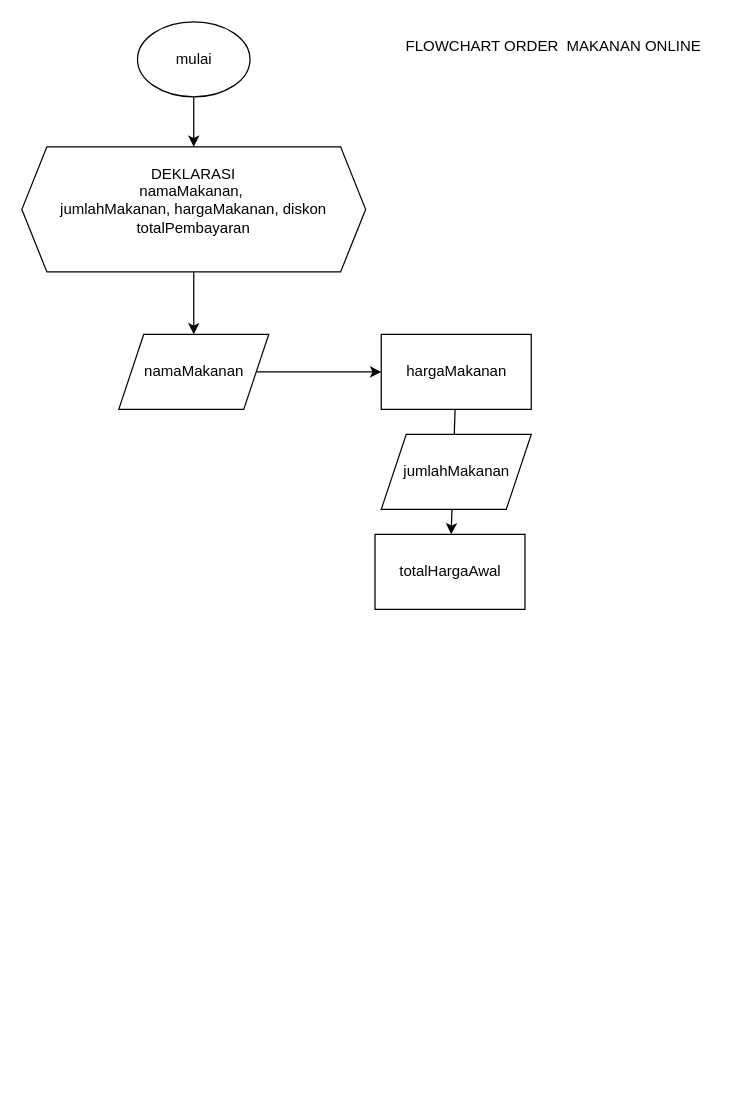
Above: flowchart.drawio in juansebastianumpele/juan_umpele-order_makanan_online_app (draw.io), before the change. Source tidied: cells renumbered, new cells numbered last; positions are measured from the earlier drawing's top-left corner, leaving out a move shared by most shapes. Both pictures are drawn from the tidied source at 125%, with x=0, y=0 at pixel (21, 21).
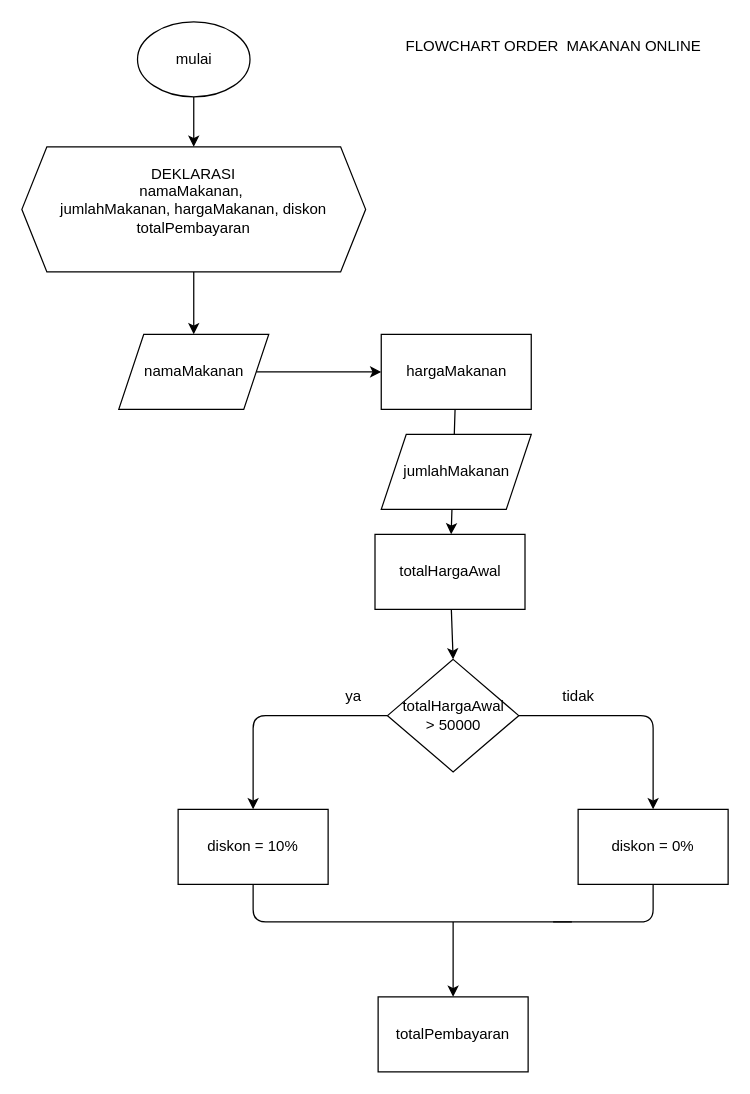
The same diagram, later.

Commit message:
add condition totalHarga to diskon

Unchanged cells that the change refers to:
```xml
<mxCell id="12" value="&lt;span&gt;totalHargaAwal&lt;/span&gt;" style="rounded=0;whiteSpace=wrap;html=1;" parent="1" vertex="1">
  <mxGeometry x="282.5" y="410" width="120" height="60" as="geometry" />
</mxCell>
```

Change to the diagram source:
```diff
@@
+    <mxCell id="13" style="edgeStyle=none;html=1;entryX=0.5;entryY=0;entryDx=0;entryDy=0;" parent="1" edge="1" source="12" target="15">
+      <mxGeometry relative="1" as="geometry" />
+    </mxCell>
@@
+    <mxCell id="14" style="edgeStyle=none;html=1;entryX=0.5;entryY=0;entryDx=0;entryDy=0;" parent="1" edge="1" source="15" target="17">
+      <mxGeometry relative="1" as="geometry">
+        <Array as="points">
+          <mxPoint x="185" y="555" />
+        </Array>
+      </mxGeometry>
+    </mxCell>
+    <mxCell id="15" value="totalHargaAwal&lt;br&gt;&amp;gt; 50000" style="rhombus;whiteSpace=wrap;html=1;" parent="1" vertex="1">
+      <mxGeometry x="292.5" y="510" width="105" height="90" as="geometry" />
+    </mxCell>
+    <mxCell id="16" style="edgeStyle=none;html=1;endArrow=none;endFill=0;" parent="1" edge="1" source="17">
+      <mxGeometry relative="1" as="geometry">
+        <mxPoint x="440" y="720" as="targetPoint" />
+        <Array as="points">
+          <mxPoint x="185" y="720" />
+        </Array>
+      </mxGeometry>
+    </mxCell>
+    <mxCell id="17" value="diskon = 10%" style="rounded=0;whiteSpace=wrap;html=1;" parent="1" vertex="1">
+      <mxGeometry x="125" y="630" width="120" height="60" as="geometry" />
+    </mxCell>
+    <mxCell id="18" style="edgeStyle=none;html=1;entryX=0.5;entryY=0;entryDx=0;entryDy=0;startArrow=none;startFill=0;endArrow=classic;endFill=1;exitX=1;exitY=0.5;exitDx=0;exitDy=0;" parent="1" edge="1" source="15" target="20">
+      <mxGeometry relative="1" as="geometry">
+        <Array as="points">
+          <mxPoint x="505" y="555" />
+        </Array>
+      </mxGeometry>
+    </mxCell>
+    <mxCell id="19" style="edgeStyle=none;html=1;endArrow=none;endFill=0;" parent="1" edge="1" source="20">
+      <mxGeometry relative="1" as="geometry">
+        <mxPoint x="425" y="720" as="targetPoint" />
+        <Array as="points">
+          <mxPoint x="505" y="720" />
+        </Array>
+      </mxGeometry>
+    </mxCell>
+    <mxCell id="20" value="diskon = 0%" style="rounded=0;whiteSpace=wrap;html=1;" parent="1" vertex="1">
+      <mxGeometry x="445" y="630" width="120" height="60" as="geometry" />
+    </mxCell>
+    <mxCell id="21" value="tidak" style="text;html=1;align=center;verticalAlign=middle;strokeColor=none;fillColor=none;" parent="1" vertex="1">
+      <mxGeometry x="425" y="530" width="40" height="20" as="geometry" />
+    </mxCell>
+    <mxCell id="22" value="ya" style="text;html=1;align=center;verticalAlign=middle;strokeColor=none;fillColor=none;" parent="1" vertex="1">
+      <mxGeometry x="250" y="530" width="30" height="20" as="geometry" />
+    </mxCell>
+    <mxCell id="23" style="edgeStyle=none;html=1;startArrow=classic;startFill=1;endArrow=none;endFill=0;" parent="1" edge="1" source="24">
+      <mxGeometry relative="1" as="geometry">
+        <mxPoint x="345" y="720" as="targetPoint" />
+      </mxGeometry>
+    </mxCell>
+    <mxCell id="24" value="&lt;span&gt;totalPembayaran&lt;/span&gt;" style="rounded=0;whiteSpace=wrap;html=1;" parent="1" vertex="1">
+      <mxGeometry x="285" y="780" width="120" height="60" as="geometry" />
+    </mxCell>
```
